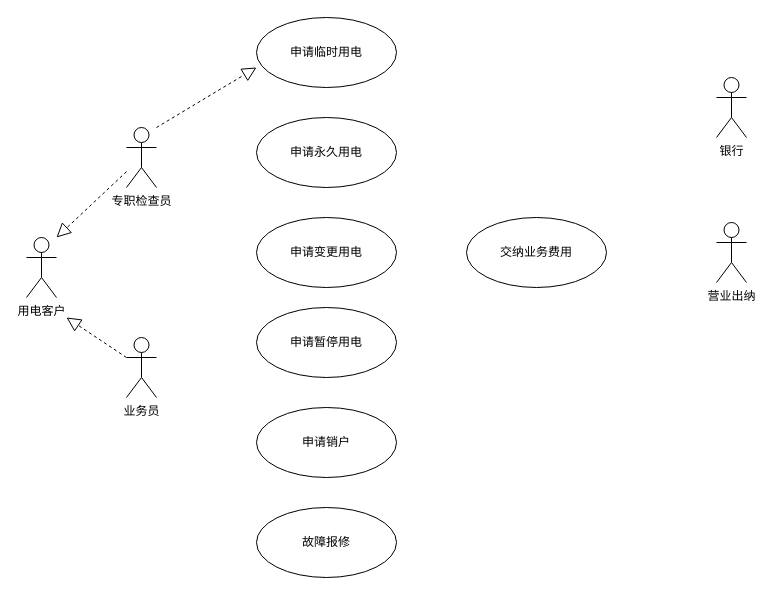
Above: page "1.2.2.1-用电客户服务业务概要视图" (18 of 26) of 用户客户服务-业务概要视图.drawio in Riverfish1/test (draw.io), before the change. Source tidied: cells renumbered, new cells numbered last; positions are measured from the earlier drawing's top-left corner, leaving out a move shared by most shapes. Both pictures are drawn from the tidied source at 100%, with x=0, y=0 at pixel (26, 17).
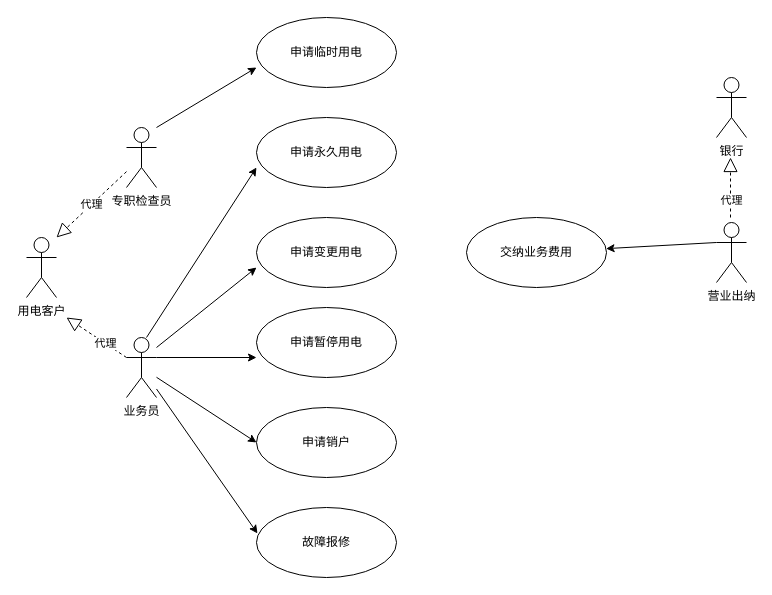
The same page after the edit.

Commit message:
更新用户客户服务-业务概要视图.drawio

The change refers to these unchanged cells:
```xml
<mxCell id="3" value="专职检查员" style="shape=umlActor;verticalLabelPosition=bottom;verticalAlign=top;html=1;" parent="1" vertex="1">
  <mxGeometry x="100" y="110" width="30" height="60" as="geometry" />
</mxCell>
<mxCell id="4" value="业务员" style="shape=umlActor;verticalLabelPosition=bottom;verticalAlign=top;html=1;" parent="1" vertex="1">
  <mxGeometry x="100" y="320" width="30" height="60" as="geometry" />
</mxCell>
<mxCell id="5" value="申请临时用电" style="ellipse;whiteSpace=wrap;html=1;" parent="1" vertex="1">
  <mxGeometry x="230" width="140" height="70" as="geometry" />
</mxCell>
<mxCell id="6" value="申请永久用电" style="ellipse;whiteSpace=wrap;html=1;" parent="1" vertex="1">
  <mxGeometry x="230" y="100" width="140" height="70" as="geometry" />
</mxCell>
<mxCell id="9" value="申请销户" style="ellipse;whiteSpace=wrap;html=1;" parent="1" vertex="1">
  <mxGeometry x="230" y="390" width="140" height="70" as="geometry" />
</mxCell>
<mxCell id="10" value="故障报修" style="ellipse;whiteSpace=wrap;html=1;" parent="1" vertex="1">
  <mxGeometry x="230" y="490" width="140" height="70" as="geometry" />
</mxCell>
<mxCell id="11" value="交纳业务费用" style="ellipse;whiteSpace=wrap;html=1;" parent="1" vertex="1">
  <mxGeometry x="440" y="200" width="140" height="70" as="geometry" />
</mxCell>
<mxCell id="12" value="营业出纳" style="shape=umlActor;verticalLabelPosition=bottom;verticalAlign=top;html=1;" parent="1" vertex="1">
  <mxGeometry x="690" y="205" width="30" height="60" as="geometry" />
</mxCell>
<mxCell id="15" style="endArrow=block;dashed=1;endFill=0;endSize=12;html=1;" parent="1" edge="1" source="4">
  <mxGeometry relative="1" as="geometry">
    <mxPoint x="40" y="300" as="targetPoint" />
  </mxGeometry>
</mxCell>
```

The edit, as a diff of the source:
```diff
@@
-    <mxCell id="14" style="endArrow=block;dashed=1;endFill=0;endSize=12;html=1;" parent="1" edge="1" source="3">
+    <mxCell id="14" value="代理" style="endArrow=block;dashed=1;endFill=0;endSize=12;html=1;" parent="1" edge="1" source="3">
       <mxGeometry relative="1" as="geometry">
         <mxPoint x="30" y="220" as="targetPoint" />
       </mxGeometry>
     </mxCell>
@@
+    <mxCell id="17" value="代理" style="edgeLabel;html=1;align=center;verticalAlign=middle;" parent="15" vertex="1">
+      <mxGeometry x="-0.32" y="-1" relative="1" as="geometry">
+        <mxPoint x="-1" as="offset" />
+      </mxGeometry>
+    </mxCell>
-    <mxCell id="16" style="endArrow=block;dashed=1;endFill=0;endSize=12;html=1;entryX=0;entryY=0.714;entryDx=0;entryDy=0;entryPerimeter=0;" parent="1" edge="1" target="5">
+    <mxCell id="16" style="endArrow=classic;endFill=1;html=1;entryX=0;entryY=0.714;entryDx=0;entryDy=0;entryPerimeter=0;" parent="1" edge="1" target="5">
       <mxGeometry relative="1" as="geometry">
         <mxPoint x="130" y="110" as="sourcePoint" />
       </mxGeometry>
     </mxCell>
+    <mxCell id="18" style="endArrow=classic;endFill=1;html=1;entryX=0;entryY=0.714;entryDx=0;entryDy=0;entryPerimeter=0;" parent="1" edge="1" target="6">
+      <mxGeometry relative="1" as="geometry">
+        <mxPoint x="120" y="320" as="sourcePoint" />
+      </mxGeometry>
+    </mxCell>
+    <mxCell id="19" style="endArrow=classic;endFill=1;html=1;" parent="1" edge="1">
+      <mxGeometry relative="1" as="geometry">
+        <mxPoint x="130" y="330" as="sourcePoint" />
+        <mxPoint x="230" y="250" as="targetPoint" />
+      </mxGeometry>
+    </mxCell>
+    <mxCell id="20" style="endArrow=classic;endFill=1;html=1;exitX=1;exitY=0.3333333333333333;exitDx=0;exitDy=0;exitPerimeter=0;" parent="1" edge="1" source="4">
+      <mxGeometry relative="1" as="geometry">
+        <mxPoint x="230" y="340" as="targetPoint" />
+      </mxGeometry>
+    </mxCell>
+    <mxCell id="21" style="endArrow=classic;endFill=1;html=1;entryX=0;entryY=0.5;entryDx=0;entryDy=0;" parent="1" edge="1" source="4" target="9">
+      <mxGeometry relative="1" as="geometry" />
+    </mxCell>
+    <mxCell id="22" style="endArrow=classic;endFill=1;html=1;entryX=0.007;entryY=0.371;entryDx=0;entryDy=0;entryPerimeter=0;" parent="1" edge="1" source="4" target="10">
+      <mxGeometry relative="1" as="geometry" />
+    </mxCell>
+    <mxCell id="23" style="endArrow=classic;endFill=1;html=1;exitX=0;exitY=0.3333333333333333;exitDx=0;exitDy=0;exitPerimeter=0;" parent="1" edge="1" source="12" target="11">
+      <mxGeometry relative="1" as="geometry" />
+    </mxCell>
+    <mxCell id="24" style="endArrow=block;dashed=1;endFill=0;endSize=12;html=1;" parent="1" edge="1">
+      <mxGeometry relative="1" as="geometry">
+        <mxPoint x="704" y="200" as="sourcePoint" />
+        <mxPoint x="704" y="140" as="targetPoint" />
+      </mxGeometry>
+    </mxCell>
+    <mxCell id="25" value="代理" style="edgeLabel;html=1;align=center;verticalAlign=middle;" parent="24" vertex="1">
+      <mxGeometry x="-0.4" relative="1" as="geometry" />
+    </mxCell>
```
